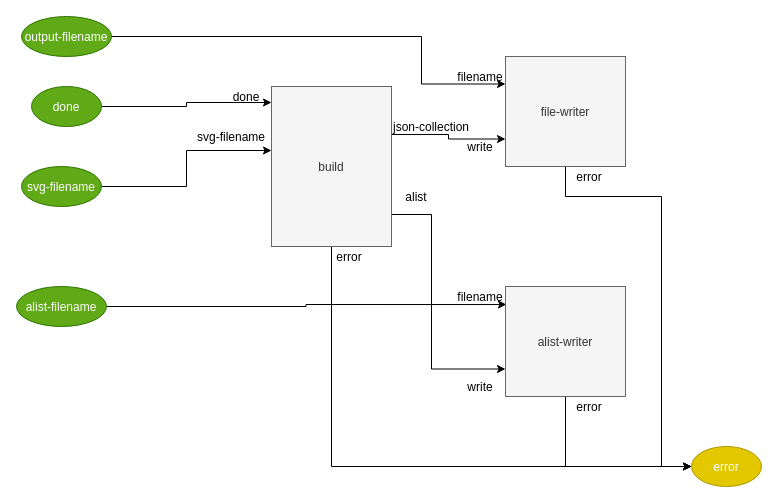
Before: page "build-json" (2 of 5) of build_process/parts/diagram/build.drawio in bmfbp/bmfbp, a draw.io diagram. Source tidied: cells renumbered, new cells numbered last; positions are measured from the earlier drawing's top-left corner, leaving out a move shared by most shapes. Both pictures are drawn from the tidied source at 100%, with x=0, y=0 at pixel (16, 16).
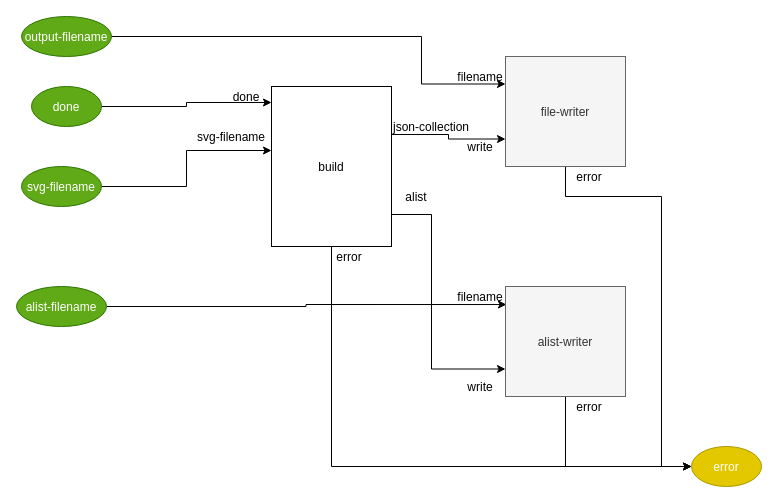
The same diagram, later.

Diff of the diagram source:
```diff
@@
-    <mxCell id="24" value="build" style="rounded=0;fillColor=#f5f5f5;strokeColor=#666666;fontColor=#333333;points=[[0,0],[0,0.1],[0,0.2],[0,0.3],[0,0.4],[0,0.5],[0,0.6],[0,0.7],[0,0.8],[0,0.9],[0,1],[0.1,0],[0.2,0],[0.3,0],[0.4,0],[0.5,0],[0.6,0],[0.7,0],[0.8,0],[0.9,0],[1,0],[1,0.1],[1,0.2],[1,0.3],[1,0.4],[1,0.5],[1,0.6],[1,0.7],[1,0.8],[1,0.9],[0.1,1],[0.2,1],[0.3,1],[0.4,1],[0.5,1],[0.6,1],[0.7,1],[0.8,1],[0.9,1],[1,1]];" parent="1" vertex="1">
+    <mxCell id="24" value="build" style="rounded=0;points=[[0,0],[0,0.1],[0,0.2],[0,0.3],[0,0.4],[0,0.5],[0,0.6],[0,0.7],[0,0.8],[0,0.9],[0,1],[0.1,0],[0.2,0],[0.3,0],[0.4,0],[0.5,0],[0.6,0],[0.7,0],[0.8,0],[0.9,0],[1,0],[1,0.1],[1,0.2],[1,0.3],[1,0.4],[1,0.5],[1,0.6],[1,0.7],[1,0.8],[1,0.9],[0.1,1],[0.2,1],[0.3,1],[0.4,1],[0.5,1],[0.6,1],[0.7,1],[0.8,1],[0.9,1],[1,1]];" parent="1" vertex="1">
       <mxGeometry x="255" y="70" width="120" height="160" as="geometry" />
     </mxCell>
```
